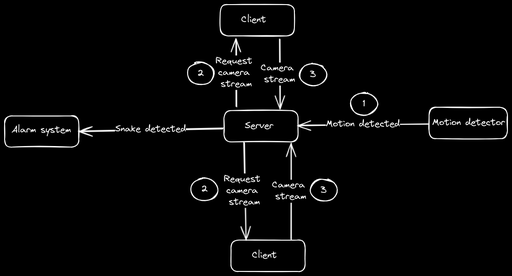
Earlier version of the Excalidraw export architecture.excalidraw.png (balegajay/home_security). Source tidied: one line per element, renumbered; positions are measured from the earlier drawing's top-left corner, leaving out a move shared by most shapes.
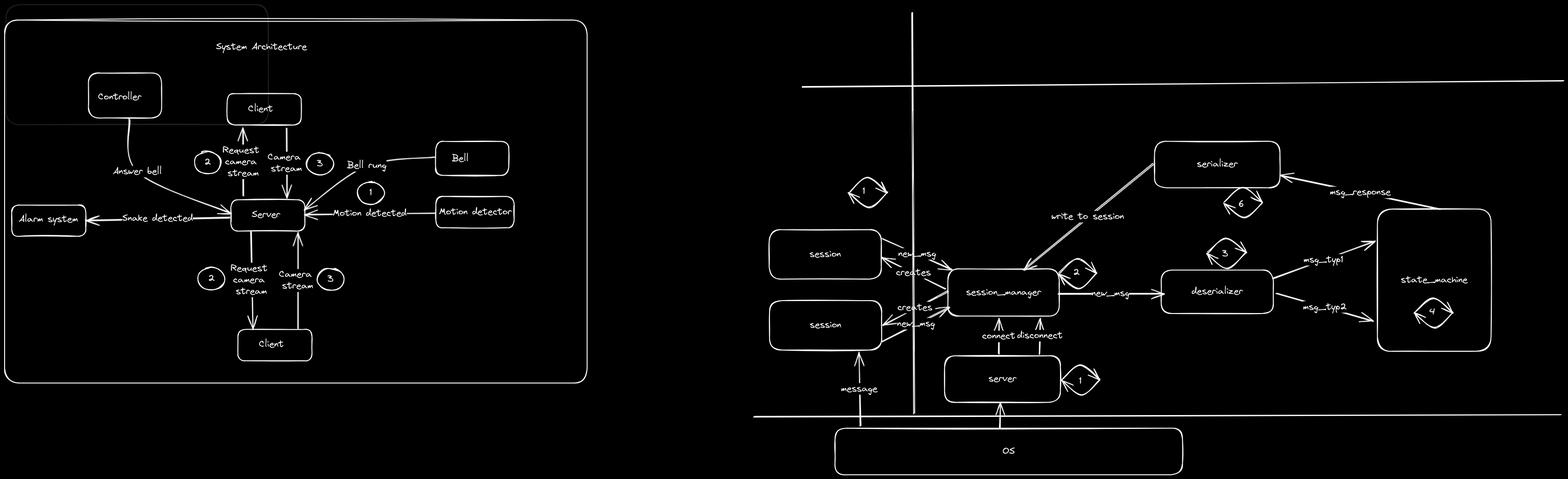
The same diagram one commit later.

Commit message:
add server architecture

Diff of the diagram source:
```diff
@@ -1,3 +1,4 @@
+{"id": 32, "type": "rectangle", "strokeColor": "#1e1e1e", "strokeWidth": 2, "roughness": 1, "round": true, "x": -12, "y": -194, "width": 570, "height": 261}
 {"id": 0, "type": "rectangle", "strokeColor": "#ffffff", "strokeWidth": 2, "roughness": 1, "round": true, "x": 477, "y": 231, "width": 161, "height": 68}
 {"id": 1, "type": "text", "text": "Server", "strokeColor": "#ffffff", "strokeWidth": 2, "roughness": 1, "fontSize": 20, "fontFamily": 1, "x": 522, "y": 252, "width": 62, "height": 25}
 {"id": 2, "type": "rectangle", "strokeColor": "#ffffff", "strokeWidth": 2, "roughness": 1, "round": true, "x": 492, "y": 513, "width": 161, "height": 68}
@@ -30,3 +31,75 @@
 {"id": 29, "type": "text", "text": "Snake detected", "strokeColor": "#ffffff", "strokeWidth": 2, "roughness": 1, "fontSize": 20, "fontFamily": 1, "textAlign": "center", "verticalAlign": "middle", "inside": 28, "x": 240, "y": 259, "width": 154, "height": 25}
 {"id": 30, "type": "rectangle", "strokeColor": "#ffffff", "strokeWidth": 2, "roughness": 1, "round": true, "x": 0, "y": 242, "width": 161, "height": 68}
 {"id": 31, "type": "text", "text": "Alarm system", "strokeColor": "#ffffff", "strokeWidth": 2, "roughness": 1, "fontSize": 20, "fontFamily": 1, "x": 15, "y": 261, "width": 129, "height": 25}
+{"id": 33, "type": "rectangle", "strokeColor": "#ffffff", "strokeWidth": 2, "roughness": 1, "round": true, "x": -15, "y": -160, "width": 1267, "height": 790}
+{"id": 34, "type": "text", "text": "System Architecture", "strokeColor": "#ffffff", "strokeWidth": 2, "roughness": 1, "fontSize": 20, "fontFamily": 1, "x": 445, "y": -113, "width": 198, "height": 25}
+{"id": 35, "type": "rectangle", "strokeColor": "#ffffff", "strokeWidth": 2, "roughness": 1, "round": true, "x": 922, "y": 104, "width": 159, "height": 74}
+{"id": 36, "type": "text", "text": "Bell", "strokeColor": "#ffffff", "strokeWidth": 2, "roughness": 1, "fontSize": 20, "fontFamily": 1, "x": 958, "y": 129, "width": 36, "height": 25}
+{"id": 37, "type": "arrow", "strokeColor": "#ffffff", "strokeWidth": 2, "roughness": 1, "endArrowhead": "arrow", "round": true, "from": 35, "x": 921, "y": 137, "width": 284, "height": 116, "points": [[0, 0], [-148, 20], [-284, 116]]}
+{"id": 38, "type": "text", "text": "Bell rung", "strokeColor": "#ffffff", "strokeWidth": 2, "roughness": 1, "fontSize": 20, "fontFamily": 1, "textAlign": "center", "verticalAlign": "middle", "inside": 37, "x": 730, "y": 145, "width": 85, "height": 25}
+{"id": 39, "type": "rectangle", "strokeColor": "#ffffff", "strokeWidth": 2, "roughness": 1, "round": true, "x": 167, "y": -45, "width": 159, "height": 98}
+{"id": 40, "type": "text", "text": "Controller", "strokeColor": "#ffffff", "strokeWidth": 2, "roughness": 1, "fontSize": 20, "fontFamily": 1, "x": 188, "y": -5, "width": 94, "height": 25}
+{"id": 41, "type": "arrow", "strokeColor": "#ffffff", "strokeWidth": 2, "roughness": 1, "endArrowhead": "arrow", "round": true, "from": 39, "to": 0, "x": 253, "y": 53, "width": 222, "height": 205, "points": [[0, 0], [20, 116], [222, 205]]}
+{"id": 42, "type": "text", "text": "Answer bell", "strokeColor": "#ffffff", "strokeWidth": 2, "roughness": 1, "fontSize": 20, "fontFamily": 1, "textAlign": "center", "verticalAlign": "middle", "inside": 41, "x": 320, "y": 136, "width": 107, "height": 25}
+{"id": 43, "type": "rectangle", "strokeColor": "#ffffff", "strokeWidth": 2, "roughness": 1, "round": true, "x": 2029, "y": 570, "width": 252, "height": 101}
+{"id": 44, "type": "text", "text": "server", "strokeColor": "#ffffff", "strokeWidth": 2, "roughness": 1, "fontSize": 20, "fontFamily": 1, "textAlign": "center", "verticalAlign": "middle", "inside": 43, "x": 2125, "y": 608, "width": 60, "height": 25}
+{"id": 45, "type": "rectangle", "strokeColor": "#ffffff", "strokeWidth": 2, "roughness": 1, "round": true, "x": 2037, "y": 381, "width": 242, "height": 103}
+{"id": 46, "type": "text", "text": "session_manager", "strokeColor": "#ffffff", "strokeWidth": 2, "roughness": 1, "fontSize": 20, "fontFamily": 1, "textAlign": "center", "verticalAlign": "middle", "inside": 45, "x": 2076, "y": 420, "width": 163, "height": 25}
+{"id": 47, "type": "rectangle", "strokeColor": "#ffffff", "strokeWidth": 2, "roughness": 1, "round": true, "x": 1649, "y": 450, "width": 244, "height": 108}
+{"id": 48, "type": "text", "text": "session", "strokeColor": "#ffffff", "strokeWidth": 2, "roughness": 1, "fontSize": 20, "fontFamily": 1, "textAlign": "center", "verticalAlign": "middle", "inside": 47, "x": 1736, "y": 492, "width": 68, "height": 25}
+{"id": 49, "type": "rectangle", "strokeColor": "#ffffff", "strokeWidth": 2, "roughness": 1, "round": true, "x": 2501, "y": 384, "width": 244, "height": 94}
+{"id": 50, "type": "text", "text": "deserializer", "strokeColor": "#ffffff", "strokeWidth": 2, "roughness": 1, "fontSize": 20, "fontFamily": 1, "textAlign": "center", "verticalAlign": "middle", "inside": 49, "x": 2567, "y": 419, "width": 111, "height": 25}
+{"id": 51, "type": "rectangle", "strokeColor": "#ffffff", "strokeWidth": 2, "roughness": 1, "round": true, "x": 2486, "y": 103, "width": 273, "height": 101}
+{"id": 52, "type": "text", "text": "serializer", "strokeColor": "#ffffff", "strokeWidth": 2, "roughness": 1, "fontSize": 20, "fontFamily": 1, "textAlign": "center", "verticalAlign": "middle", "inside": 51, "x": 2578, "y": 142, "width": 89, "height": 25}
+{"id": 53, "type": "rectangle", "strokeColor": "#ffffff", "strokeWidth": 2, "roughness": 1, "round": true, "x": 2971, "y": 251, "width": 247, "height": 309}
+{"id": 54, "type": "text", "text": "state_machine", "strokeColor": "#ffffff", "strokeWidth": 2, "roughness": 1, "fontSize": 20, "fontFamily": 1, "textAlign": "center", "verticalAlign": "middle", "inside": 53, "x": 3022, "y": 393, "width": 145, "height": 25}
+{"id": 55, "type": "rectangle", "strokeColor": "#ffffff", "strokeWidth": 2, "roughness": 1, "round": true, "x": 1791, "y": 728, "width": 756, "height": 101}
+{"id": 56, "type": "text", "text": "OS", "strokeColor": "#ffffff", "strokeWidth": 2, "roughness": 1, "fontSize": 20, "fontFamily": 1, "textAlign": "center", "verticalAlign": "middle", "inside": 55, "x": 2156, "y": 766, "width": 27, "height": 25}
+{"id": 57, "type": "rectangle", "strokeColor": "#ffffff", "strokeWidth": 2, "roughness": 1, "round": true, "x": 1648, "y": 296, "width": 244, "height": 108}
+{"id": 58, "type": "text", "text": "session", "strokeColor": "#ffffff", "strokeWidth": 2, "roughness": 1, "fontSize": 20, "fontFamily": 1, "textAlign": "center", "verticalAlign": "middle", "inside": 57, "x": 1736, "y": 337, "width": 68, "height": 25}
+{"id": 59, "type": "line", "strokeColor": "#ffffff", "strokeWidth": 2, "roughness": 1, "round": true, "x": 1959, "y": -176, "width": 4, "height": 872, "points": [[0, 0], [4, 872]]}
+{"id": 60, "type": "arrow", "strokeColor": "#ffffff", "strokeWidth": 2, "roughness": 1, "endArrowhead": "arrow", "round": true, "from": 55, "to": 43, "x": 2149, "y": 728, "width": 1, "height": 56, "points": [[0, 0], [1, -56]]}
+{"id": 61, "type": "arrow", "strokeColor": "#ffffff", "strokeWidth": 2, "roughness": 1, "endArrowhead": "arrow", "round": true, "from": 43, "to": 45, "x": 2148, "y": 566, "width": 1, "height": 76, "points": [[0, 0], [-1, -76]]}
+{"id": 62, "type": "text", "text": "connect", "strokeColor": "#ffffff", "strokeWidth": 2, "roughness": 1, "fontSize": 20, "fontFamily": 1, "textAlign": "center", "verticalAlign": "middle", "inside": 61, "x": 2111, "y": 516, "width": 72, "height": 25}
+{"id": 63, "type": "arrow", "strokeColor": "#ffffff", "strokeWidth": 2, "roughness": 1, "endArrowhead": "arrow", "round": true, "from": 43, "to": 45, "x": 2236, "y": 565, "width": 2, "height": 76, "points": [[0, 0], [2, -76]]}
+{"id": 64, "type": "text", "text": "disconnect", "strokeColor": "#ffffff", "strokeWidth": 2, "roughness": 1, "fontSize": 20, "fontFamily": 1, "textAlign": "center", "verticalAlign": "middle", "inside": 63, "x": 2188, "y": 514, "width": 99, "height": 25}
+{"id": 65, "type": "arrow", "strokeColor": "#ffffff", "strokeWidth": 2, "roughness": 1, "endArrowhead": "arrow", "round": true, "from": 55, "to": 47, "x": 1846, "y": 723, "width": 4, "height": 161, "points": [[0, 0], [-4, -161]]}
+{"id": 66, "type": "text", "text": "message", "strokeColor": "#ffffff", "strokeWidth": 2, "roughness": 1, "fontSize": 20, "fontFamily": 1, "textAlign": "center", "verticalAlign": "middle", "inside": 65, "x": 1804, "y": 630, "width": 80, "height": 25}
+{"id": 67, "type": "arrow", "strokeColor": "#ffffff", "strokeWidth": 2, "roughness": 1, "endArrowhead": "arrow", "round": true, "from": 45, "to": 47, "x": 2036, "y": 429, "width": 142, "height": 74, "points": [[0, 0], [-142, 74]]}
+{"id": 68, "type": "text", "text": "creates", "strokeColor": "#ffffff", "strokeWidth": 2, "roughness": 1, "fontSize": 20, "fontFamily": 1, "textAlign": "center", "verticalAlign": "middle", "inside": 67, "x": 1927, "y": 453, "width": 76, "height": 25}
+{"id": 69, "type": "arrow", "strokeColor": "#ffffff", "strokeWidth": 2, "roughness": 1, "endArrowhead": "arrow", "round": true, "from": 45, "to": 57, "x": 2031, "y": 424, "width": 138, "height": 68, "points": [[0, 0], [-138, -68]]}
+{"id": 70, "type": "text", "text": "creates", "strokeColor": "#ffffff", "strokeWidth": 2, "roughness": 1, "fontSize": 20, "fontFamily": 1, "textAlign": "center", "verticalAlign": "middle", "inside": 69, "x": 1924, "y": 377, "width": 76, "height": 25}
+{"id": 71, "type": "arrow", "strokeColor": "#ffffff", "strokeWidth": 2, "roughness": 1, "endArrowhead": "arrow", "round": true, "from": 57, "x": 1894, "y": 315, "width": 151, "height": 66, "points": [[0, 0], [151, 66]]}
+{"id": 72, "type": "text", "text": "new_msg", "strokeColor": "#ffffff", "strokeWidth": 2, "roughness": 1, "fontSize": 20, "fontFamily": 1, "textAlign": "center", "verticalAlign": "middle", "inside": 71, "x": 1928, "y": 356, "width": 83, "height": 25}
+{"id": 73, "type": "arrow", "strokeColor": "#ffffff", "strokeWidth": 2, "roughness": 1, "endArrowhead": "arrow", "round": true, "from": 47, "x": 1893, "y": 537, "width": 148, "height": 73, "points": [[0, 0], [148, -73]]}
+{"id": 74, "type": "text", "text": "new_msg", "strokeColor": "#ffffff", "strokeWidth": 2, "roughness": 1, "fontSize": 20, "fontFamily": 1, "textAlign": "center", "verticalAlign": "middle", "inside": 73, "x": 1926, "y": 488, "width": 83, "height": 25}
+{"id": 75, "type": "arrow", "strokeColor": "#ffffff", "strokeWidth": 2, "roughness": 1, "endArrowhead": "arrow", "round": true, "x": 2276, "y": 435, "width": 230, "height": 1, "points": [[0, 0], [230, -1]]}
+{"id": 76, "type": "text", "text": "new_msg", "strokeColor": "#ffffff", "strokeWidth": 2, "roughness": 1, "fontSize": 20, "fontFamily": 1, "textAlign": "center", "verticalAlign": "middle", "inside": 75, "x": 2349, "y": 422, "width": 83, "height": 25}
+{"id": 77, "type": "arrow", "strokeColor": "#ffffff", "strokeWidth": 2, "roughness": 1, "endArrowhead": "arrow", "round": true, "to": 53, "x": 2743, "y": 403, "width": 221, "height": 82, "points": [[0, 0], [221, -82]]}
+{"id": 78, "type": "text", "text": "msg_typ1", "strokeColor": "#ffffff", "strokeWidth": 2, "roughness": 1, "fontSize": 20, "fontFamily": 1, "textAlign": "center", "verticalAlign": "middle", "inside": 77, "x": 2788, "y": 340, "width": 86, "height": 25}
+{"id": 79, "type": "arrow", "strokeColor": "#ffffff", "strokeWidth": 2, "roughness": 1, "endArrowhead": "arrow", "round": true, "from": 49, "to": 53, "x": 2751, "y": 433, "width": 211, "height": 62, "points": [[0, 0], [211, 62]]}
+{"id": 80, "type": "text", "text": "msg_typ2", "strokeColor": "#ffffff", "strokeWidth": 2, "roughness": 1, "fontSize": 20, "fontFamily": 1, "textAlign": "center", "verticalAlign": "middle", "inside": 79, "x": 2786, "y": 445, "width": 95, "height": 25}
+{"id": 81, "type": "arrow", "strokeColor": "#ffffff", "strokeWidth": 2, "roughness": 1, "endArrowhead": "arrow", "round": true, "from": 53, "to": 51, "x": 3108, "y": 251, "width": 348, "height": 73, "points": [[0, 0], [-348, -73]]}
+{"id": 82, "type": "text", "text": "msg_response", "strokeColor": "#ffffff", "strokeWidth": 2, "roughness": 1, "fontSize": 20, "fontFamily": 1, "textAlign": "center", "verticalAlign": "middle", "inside": 81, "x": 2868, "y": 202, "width": 133, "height": 25}
+{"id": 83, "type": "arrow", "strokeColor": "#ffffff", "strokeWidth": 2, "roughness": 1, "endArrowhead": "arrow", "round": true, "from": 51, "x": 2482, "y": 152, "width": 282, "height": 231, "points": [[0, 0], [-282, 231]]}
+{"id": 84, "type": "text", "text": "write to session", "strokeColor": "#ffffff", "strokeWidth": 2, "roughness": 1, "fontSize": 20, "fontFamily": 1, "textAlign": "center", "verticalAlign": "middle", "inside": 83, "x": 2262, "y": 255, "width": 158, "height": 25}
+{"id": 85, "type": "arrow", "strokeColor": "#ffffff", "strokeWidth": 2, "roughness": 1, "endArrowhead": "arrow", "round": true, "from": 43, "x": 2285, "y": 621, "width": 83, "height": 32, "points": [[0, 0], [40, -31], [83, 0]]}
+{"id": 86, "type": "arrow", "strokeColor": "#ffffff", "angle": 3.13, "strokeWidth": 2, "roughness": 1, "endArrowhead": "arrow", "round": true, "to": 43, "x": 2284, "y": 654, "width": 83, "height": 32, "points": [[0, 0], [40, -31], [83, 0]]}
+{"id": 87, "type": "arrow", "strokeColor": "#ffffff", "strokeWidth": 2, "roughness": 1, "endArrowhead": "arrow", "round": true, "x": 2279, "y": 390, "width": 83, "height": 32, "points": [[0, 0], [40, -31], [83, 0]]}
+{"id": 88, "type": "arrow", "strokeColor": "#ffffff", "angle": 3.13, "strokeWidth": 2, "roughness": 1, "endArrowhead": "arrow", "round": true, "x": 2278, "y": 423, "width": 83, "height": 32, "points": [[0, 0], [40, -31], [83, 0]]}
+{"id": 89, "type": "text", "text": "1", "strokeColor": "#ffffff", "strokeWidth": 2, "roughness": 1, "fontSize": 20, "fontFamily": 1, "x": 2322, "y": 613, "width": 5, "height": 25}
+{"id": 90, "type": "text", "text": "2", "strokeColor": "#ffffff", "strokeWidth": 2, "roughness": 1, "fontSize": 20, "fontFamily": 1, "x": 2309, "y": 377, "width": 14, "height": 25}
+{"id": 91, "type": "arrow", "strokeColor": "#ffffff", "strokeWidth": 2, "roughness": 1, "endArrowhead": "arrow", "round": true, "x": 2602, "y": 346, "width": 83, "height": 32, "points": [[0, 0], [40, -31], [83, 0]]}
+{"id": 92, "type": "arrow", "strokeColor": "#ffffff", "angle": 3.13, "strokeWidth": 2, "roughness": 1, "endArrowhead": "arrow", "round": true, "x": 2601, "y": 379, "width": 83, "height": 32, "points": [[0, 0], [40, -31], [83, 0]]}
+{"id": 93, "type": "text", "text": "3", "strokeColor": "#ffffff", "strokeWidth": 2, "roughness": 1, "fontSize": 20, "fontFamily": 1, "x": 2633, "y": 337, "width": 14, "height": 25}
+{"id": 94, "type": "arrow", "strokeColor": "#ffffff", "strokeWidth": 2, "roughness": 1, "endArrowhead": "arrow", "round": true, "x": 3053, "y": 476, "width": 83, "height": 32, "points": [[0, 0], [40, -31], [83, 0]]}
+{"id": 95, "type": "arrow", "strokeColor": "#ffffff", "angle": 3.13, "strokeWidth": 2, "roughness": 1, "endArrowhead": "arrow", "round": true, "x": 3052, "y": 509, "width": 83, "height": 32, "points": [[0, 0], [40, -31], [83, 0]]}
+{"id": 96, "type": "text", "text": "4", "strokeColor": "#ffffff", "strokeWidth": 2, "roughness": 1, "fontSize": 20, "fontFamily": 1, "x": 3084, "y": 463, "width": 13, "height": 25}
+{"id": 97, "type": "arrow", "strokeColor": "#ffffff", "strokeWidth": 2, "roughness": 1, "endArrowhead": "arrow", "round": true, "x": 2638, "y": 236, "width": 83, "height": 32, "points": [[0, 0], [40, -31], [83, 0]]}
+{"id": 98, "type": "arrow", "strokeColor": "#ffffff", "angle": 3.13, "strokeWidth": 2, "roughness": 1, "endArrowhead": "arrow", "round": true, "x": 2637, "y": 269, "width": 83, "height": 32, "points": [[0, 0], [40, -31], [83, 0]]}
+{"id": 99, "type": "text", "text": "6", "strokeColor": "#ffffff", "strokeWidth": 2, "roughness": 1, "fontSize": 20, "fontFamily": 1, "x": 2669, "y": 229, "width": 13, "height": 25}
+{"id": 100, "type": "arrow", "strokeColor": "#ffffff", "strokeWidth": 2, "roughness": 1, "endArrowhead": "arrow", "round": true, "x": 1822, "y": 214, "width": 83, "height": 32, "points": [[0, 0], [40, -31], [83, 0]]}
+{"id": 101, "type": "arrow", "strokeColor": "#ffffff", "angle": 3.13, "strokeWidth": 2, "roughness": 1, "endArrowhead": "arrow", "round": true, "x": 1822, "y": 247, "width": 83, "height": 32, "points": [[0, 0], [40, -31], [83, 0]]}
+{"id": 102, "type": "text", "text": "1", "strokeColor": "#ffffff", "strokeWidth": 2, "roughness": 1, "fontSize": 20, "fontFamily": 1, "x": 1851, "y": 200, "width": 5, "height": 25}
+{"id": 103, "type": "line", "strokeColor": "#ffffff", "strokeWidth": 2, "roughness": 1, "round": true, "x": 3370, "y": 697, "width": 1755, "height": 5, "points": [[0, 0], [-1755, 5]]}
+{"id": 104, "type": "line", "strokeColor": "#ffffff", "strokeWidth": 2, "roughness": 1, "round": true, "x": 3376, "y": -27, "width": 1657, "height": 12, "points": [[0, 0], [-1657, 12]]}
```
